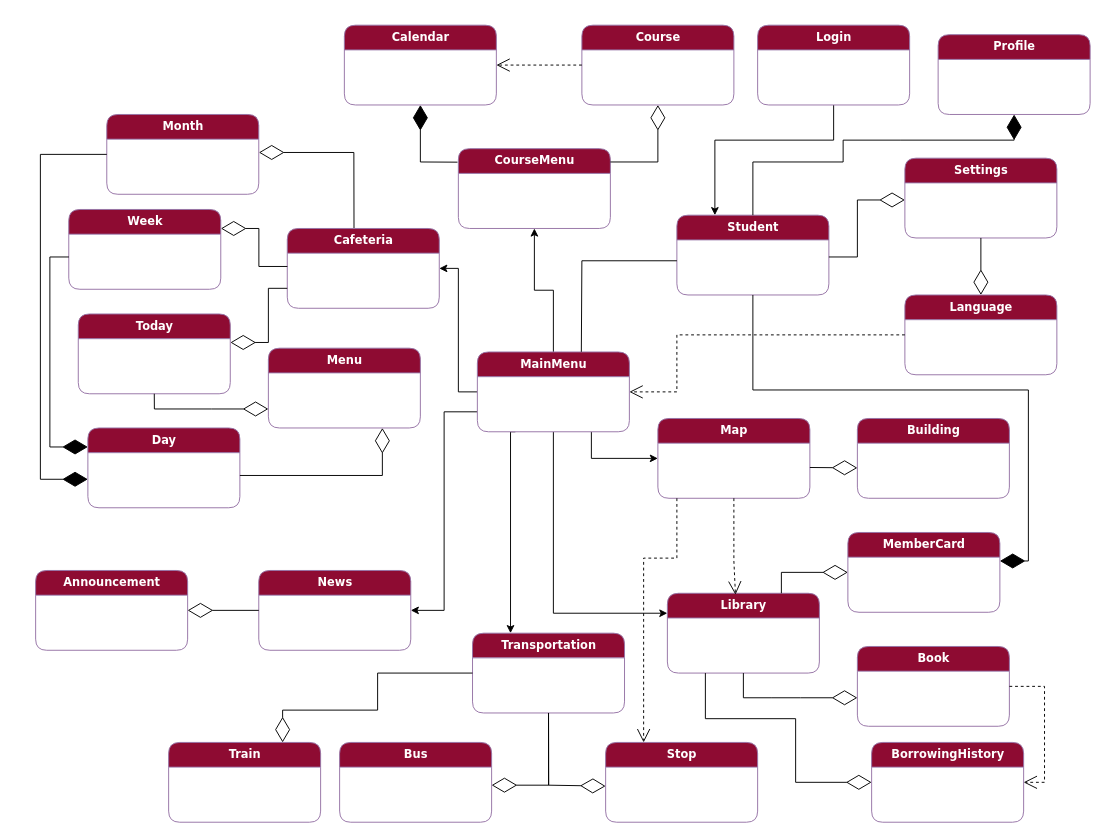
Earlier version of the draw.io diagram docs/Contributions/Vaggelis/Phase 1/Charts/Untitled Diagram.drawio (Ibournakas/PaPapp). Source tidied: cells renumbered, new cells numbered last; positions are measured from the earlier drawing's top-left corner, leaving out a move shared by most shapes. Both pictures are drawn from the tidied source at 95%, with x=0, y=0 at pixel (35, 25).
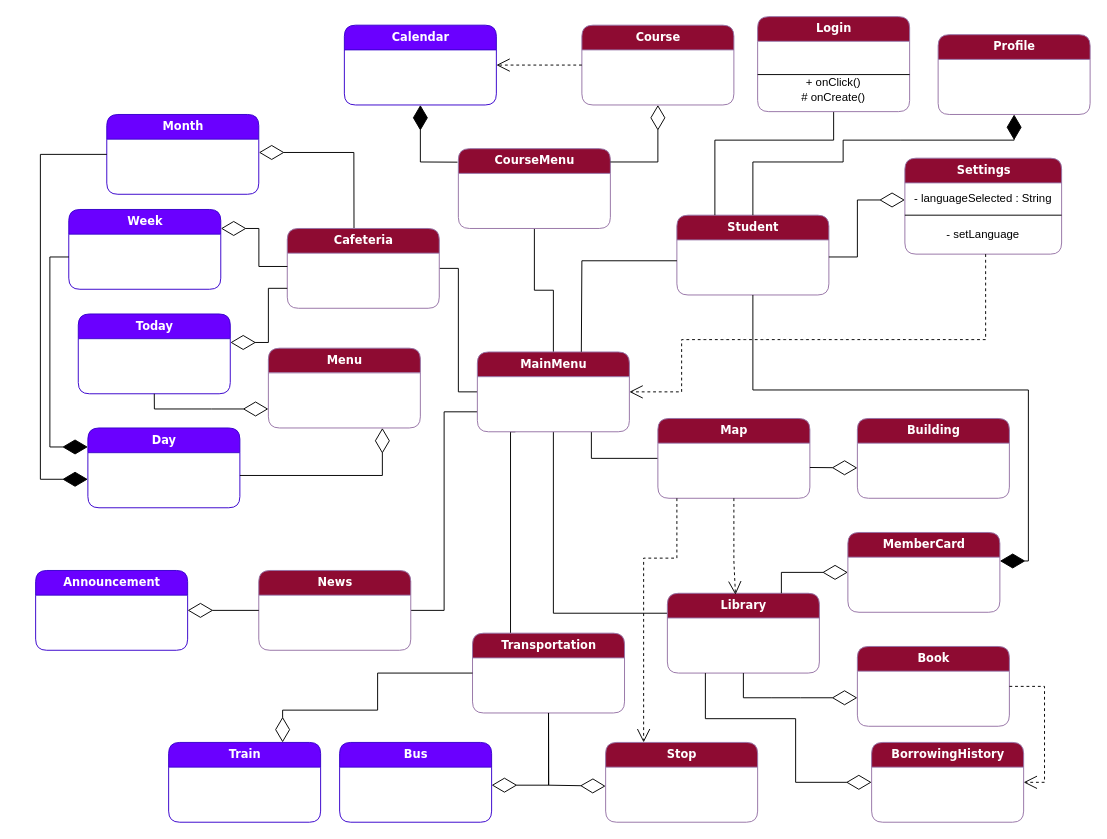
The same page after the edit.

The change refers to these unchanged cells:
```xml
<mxCell id="2" value="&lt;font color=&quot;#ffffff&quot;&gt;&lt;b&gt;Student&lt;/b&gt;&lt;/font&gt;" style="swimlane;html=1;fontStyle=0;horizontal=1;startSize=26;fillColor=#8e0b32;swimlaneFillColor=#ffffff;align=center;rounded=1;shadow=0;comic=0;labelBackgroundColor=none;strokeWidth=1;fontFamily=Verdana;fontSize=12;strokeColor=#9673a6;" parent="1" vertex="1">
  <mxGeometry x="675" y="200" width="160" height="84" as="geometry" />
</mxCell>
<mxCell id="10" value="&lt;font color=&quot;#ffffff&quot;&gt;&lt;b&gt;MainMenu&lt;br&gt;&lt;/b&gt;&lt;/font&gt;" style="swimlane;html=1;fontStyle=0;horizontal=1;startSize=26;fillColor=#8e0b32;swimlaneFillColor=#ffffff;align=center;rounded=1;shadow=0;comic=0;labelBackgroundColor=none;strokeWidth=1;fontFamily=Verdana;fontSize=12;strokeColor=#9673a6;" parent="1" vertex="1">
  <mxGeometry x="465" y="344" width="160" height="84" as="geometry" />
</mxCell>
<mxCell id="12" value="&lt;font color=&quot;#ffffff&quot;&gt;&lt;b&gt;Cafeteria&lt;/b&gt;&lt;/font&gt;" style="swimlane;html=1;fontStyle=0;horizontal=1;startSize=26;fillColor=#8e0b32;swimlaneFillColor=#ffffff;align=center;rounded=1;shadow=0;comic=0;labelBackgroundColor=none;strokeWidth=1;fontFamily=Verdana;fontSize=12;strokeColor=#9673a6;" parent="1" vertex="1">
  <mxGeometry x="264.9" y="214" width="160" height="84" as="geometry" />
</mxCell>
<mxCell id="13" value="&lt;font color=&quot;#ffffff&quot;&gt;&lt;b&gt;Transportation&lt;/b&gt;&lt;/font&gt;" style="swimlane;html=1;fontStyle=0;horizontal=1;startSize=26;fillColor=#8e0b32;swimlaneFillColor=#ffffff;align=center;rounded=1;shadow=0;comic=0;labelBackgroundColor=none;strokeWidth=1;fontFamily=Verdana;fontSize=12;strokeColor=#9673a6;" parent="1" vertex="1">
  <mxGeometry x="459.9" y="640" width="160" height="84" as="geometry" />
</mxCell>
<mxCell id="14" value="&lt;font color=&quot;#ffffff&quot;&gt;&lt;b&gt;Library&lt;/b&gt;&lt;/font&gt;" style="swimlane;html=1;fontStyle=0;horizontal=1;startSize=26;fillColor=#8e0b32;swimlaneFillColor=#ffffff;align=center;rounded=1;shadow=0;comic=0;labelBackgroundColor=none;strokeWidth=1;fontFamily=Verdana;fontSize=12;strokeColor=#9673a6;" parent="1" vertex="1">
  <mxGeometry x="665" y="598" width="160" height="84" as="geometry" />
</mxCell>
<mxCell id="15" value="&lt;font color=&quot;#ffffff&quot;&gt;&lt;b&gt;Map&lt;/b&gt;&lt;/font&gt;" style="swimlane;html=1;fontStyle=0;horizontal=1;startSize=26;fillColor=#8e0b32;swimlaneFillColor=#ffffff;align=center;rounded=1;shadow=0;comic=0;labelBackgroundColor=none;strokeWidth=1;fontFamily=Verdana;fontSize=12;strokeColor=#9673a6;" parent="1" vertex="1">
  <mxGeometry x="655" y="414" width="160" height="84" as="geometry" />
</mxCell>
<mxCell id="16" value="&lt;font color=&quot;#ffffff&quot;&gt;&lt;b&gt;CourseMenu&lt;/b&gt;&lt;/font&gt;" style="swimlane;html=1;fontStyle=0;horizontal=1;startSize=26;fillColor=#8e0b32;swimlaneFillColor=#ffffff;align=center;rounded=1;shadow=0;comic=0;labelBackgroundColor=none;strokeWidth=1;fontFamily=Verdana;fontSize=12;strokeColor=#9673a6;" parent="1" vertex="1">
  <mxGeometry x="445" y="130" width="160" height="84" as="geometry" />
</mxCell>
<mxCell id="17" value="&lt;font color=&quot;#ffffff&quot;&gt;&lt;b&gt;News&lt;/b&gt;&lt;/font&gt;" style="swimlane;html=1;fontStyle=0;horizontal=1;startSize=26;fillColor=#8e0b32;swimlaneFillColor=#ffffff;align=center;rounded=1;shadow=0;comic=0;labelBackgroundColor=none;strokeWidth=1;fontFamily=Verdana;fontSize=12;strokeColor=#9673a6;" parent="1" vertex="1">
  <mxGeometry x="234.9" y="574" width="160" height="84" as="geometry" />
</mxCell>
```

The edit, as a diff of the source:
```diff
@@
     <mxCell id="3" value="&lt;font color=&quot;#ffffff&quot;&gt;&lt;b&gt;Settings&lt;/b&gt;&lt;/font&gt;" style="swimlane;html=1;fontStyle=0;horizontal=1;startSize=26;fillColor=#8e0b32;swimlaneFillColor=#ffffff;align=center;rounded=1;shadow=0;comic=0;labelBackgroundColor=none;strokeWidth=1;fontFamily=Verdana;fontSize=12;strokeColor=#9673a6;" parent="1" vertex="1">
-      <mxGeometry x="915" y="140" width="160" height="84" as="geometry" />
+      <mxGeometry x="915" y="140" width="165" height="101" as="geometry" />
     </mxCell>
+    <mxCell id="63" value="- languageSelected : String" style="text;html=1;strokeColor=none;fillColor=none;align=center;verticalAlign=middle;whiteSpace=wrap;rounded=0;" parent="3" vertex="1">
+      <mxGeometry y="26" width="165" height="34" as="geometry" />
+    </mxCell>
+    <mxCell id="64" value="- setLanguage" style="text;html=1;strokeColor=none;fillColor=none;align=center;verticalAlign=middle;whiteSpace=wrap;rounded=0;" parent="3" vertex="1">
+      <mxGeometry y="60" width="165" height="40" as="geometry" />
+    </mxCell>
+    <mxCell id="65" style="endArrow=none;html=1;rounded=0;exitX=0;exitY=0;exitDx=0;exitDy=0;entryX=1;entryY=0;entryDx=0;entryDy=0;" parent="3" edge="1" source="64" target="64">
+      <mxGeometry relative="1" as="geometry" />
+    </mxCell>
-    <mxCell id="4" style="edgeStyle=orthogonalEdgeStyle;rounded=0;jettySize=auto;html=1;exitX=0;exitY=0.5;exitDx=0;exitDy=0;entryX=1;entryY=0.5;entryDx=0;entryDy=0;" parent="1" edge="1" source="10" target="12">
+    <mxCell id="4" style="edgeStyle=orthogonalEdgeStyle;rounded=0;jettySize=auto;html=1;exitX=0;exitY=0.5;exitDx=0;exitDy=0;entryX=1;entryY=0.5;entryDx=0;entryDy=0;endArrow=none;endFill=0;" parent="1" edge="1" source="10" target="12">
       <mxGeometry relative="1" as="geometry" />
     </mxCell>
-    <mxCell id="5" style="edgeStyle=orthogonalEdgeStyle;rounded=0;jettySize=auto;html=1;exitX=0;exitY=0.75;exitDx=0;exitDy=0;entryX=1;entryY=0.5;entryDx=0;entryDy=0;" parent="1" edge="1" source="10" target="17">
+    <mxCell id="5" style="edgeStyle=orthogonalEdgeStyle;rounded=0;jettySize=auto;html=1;exitX=0;exitY=0.75;exitDx=0;exitDy=0;entryX=1;entryY=0.5;entryDx=0;entryDy=0;endArrow=none;endFill=0;" parent="1" edge="1" source="10" target="17">
       <mxGeometry relative="1" as="geometry" />
     </mxCell>
-    <mxCell id="6" style="edgeStyle=orthogonalEdgeStyle;rounded=0;jettySize=auto;html=1;exitX=0.75;exitY=1;exitDx=0;exitDy=0;entryX=0;entryY=0.5;entryDx=0;entryDy=0;" parent="1" edge="1" source="10" target="15">
+    <mxCell id="6" style="edgeStyle=orthogonalEdgeStyle;rounded=0;jettySize=auto;html=1;exitX=0.75;exitY=1;exitDx=0;exitDy=0;entryX=0;entryY=0.5;entryDx=0;entryDy=0;endArrow=none;endFill=0;" parent="1" edge="1" source="10" target="15">
       <mxGeometry relative="1" as="geometry" />
     </mxCell>
-    <mxCell id="7" style="edgeStyle=orthogonalEdgeStyle;rounded=0;jettySize=auto;html=1;exitX=0.25;exitY=1;exitDx=0;exitDy=0;entryX=0.25;entryY=0;entryDx=0;entryDy=0;" parent="1" edge="1" source="10" target="13">
+    <mxCell id="7" style="edgeStyle=orthogonalEdgeStyle;rounded=0;jettySize=auto;html=1;exitX=0.25;exitY=1;exitDx=0;exitDy=0;entryX=0.25;entryY=0;entryDx=0;entryDy=0;endArrow=none;endFill=0;" parent="1" edge="1" source="10" target="13">
       <mxGeometry relative="1" as="geometry">
         <Array as="points">
           <mxPoint x="500" y="428" />
         </Array>
       </mxGeometry>
     </mxCell>
-    <mxCell id="8" style="edgeStyle=orthogonalEdgeStyle;rounded=0;jettySize=auto;html=1;exitX=0.5;exitY=0;exitDx=0;exitDy=0;entryX=0.5;entryY=1;entryDx=0;entryDy=0;" parent="1" edge="1" source="10" target="16">
+    <mxCell id="8" style="edgeStyle=orthogonalEdgeStyle;rounded=0;jettySize=auto;html=1;exitX=0.5;exitY=0;exitDx=0;exitDy=0;entryX=0.5;entryY=1;entryDx=0;entryDy=0;endArrow=none;endFill=0;" parent="1" edge="1" source="10" target="16">
       <mxGeometry relative="1" as="geometry" />
     </mxCell>
-    <mxCell id="9" style="edgeStyle=orthogonalEdgeStyle;rounded=0;jettySize=auto;html=1;exitX=0.5;exitY=1;exitDx=0;exitDy=0;entryX=0;entryY=0.25;entryDx=0;entryDy=0;" parent="1" edge="1" source="10" target="14">
+    <mxCell id="9" style="edgeStyle=orthogonalEdgeStyle;rounded=0;jettySize=auto;html=1;exitX=0.5;exitY=1;exitDx=0;exitDy=0;entryX=0;entryY=0.25;entryDx=0;entryDy=0;endArrow=none;endFill=0;" parent="1" edge="1" source="10" target="14">
       <mxGeometry relative="1" as="geometry" />
     </mxCell>
@@
-    <mxCell id="18" value="&lt;font color=&quot;#ffffff&quot;&gt;&lt;b&gt;Announcement&lt;/b&gt;&lt;/font&gt;" style="swimlane;html=1;fontStyle=0;horizontal=1;startSize=26;fillColor=#8e0b32;swimlaneFillColor=#ffffff;align=center;rounded=1;shadow=0;comic=0;labelBackgroundColor=none;strokeWidth=1;fontFamily=Verdana;fontSize=12;strokeColor=#9673a6;" parent="1" vertex="1">
+    <mxCell id="18" value="&lt;font color=&quot;#ffffff&quot;&gt;&lt;b&gt;Announcement&lt;/b&gt;&lt;/font&gt;" style="swimlane;html=1;fontStyle=0;horizontal=1;startSize=26;fillColor=#6a00ff;swimlaneFillColor=#ffffff;align=center;rounded=1;shadow=0;comic=0;labelBackgroundColor=none;strokeWidth=1;fontFamily=Verdana;fontSize=12;strokeColor=#3700CC;fontColor=#ffffff;" parent="1" vertex="1">
       <mxGeometry y="574" width="160" height="84" as="geometry" />
     </mxCell>
@@
-    <mxCell id="20" value="&lt;font color=&quot;#ffffff&quot;&gt;&lt;b&gt;Calendar&lt;/b&gt;&lt;/font&gt;" style="swimlane;html=1;fontStyle=0;horizontal=1;startSize=26;fillColor=#8e0b32;swimlaneFillColor=#ffffff;align=center;rounded=1;shadow=0;comic=0;labelBackgroundColor=none;strokeWidth=1;fontFamily=Verdana;fontSize=12;strokeColor=#9673a6;" parent="1" vertex="1">
+    <mxCell id="20" value="&lt;font color=&quot;#ffffff&quot;&gt;&lt;b&gt;Calendar&lt;/b&gt;&lt;/font&gt;" style="swimlane;html=1;fontStyle=0;horizontal=1;startSize=26;fillColor=#6a00ff;swimlaneFillColor=#ffffff;align=center;rounded=1;shadow=0;comic=0;labelBackgroundColor=none;strokeWidth=1;fontFamily=Verdana;fontSize=12;strokeColor=#3700CC;fontColor=#ffffff;" parent="1" vertex="1">
       <mxGeometry x="325" width="160" height="84" as="geometry" />
     </mxCell>
-    <mxCell id="21" value="&lt;font color=&quot;#ffffff&quot;&gt;&lt;b&gt;Bus&lt;/b&gt;&lt;/font&gt;" style="swimlane;html=1;fontStyle=0;horizontal=1;startSize=26;fillColor=#8e0b32;swimlaneFillColor=#ffffff;align=center;rounded=1;shadow=0;comic=0;labelBackgroundColor=none;strokeWidth=1;fontFamily=Verdana;fontSize=12;strokeColor=#9673a6;" parent="1" vertex="1">
+    <mxCell id="21" value="&lt;font color=&quot;#ffffff&quot;&gt;&lt;b&gt;Bus&lt;/b&gt;&lt;/font&gt;" style="swimlane;html=1;fontStyle=0;horizontal=1;startSize=26;fillColor=#6a00ff;swimlaneFillColor=#ffffff;align=center;rounded=1;shadow=0;comic=0;labelBackgroundColor=none;strokeWidth=1;fontFamily=Verdana;fontSize=12;strokeColor=#3700CC;fontColor=#ffffff;" parent="1" vertex="1">
       <mxGeometry x="320" y="755" width="160" height="84" as="geometry" />
     </mxCell>
-    <mxCell id="22" value="&lt;font color=&quot;#ffffff&quot;&gt;&lt;b&gt;Train&lt;/b&gt;&lt;/font&gt;" style="swimlane;html=1;fontStyle=0;horizontal=1;startSize=26;fillColor=#8e0b32;swimlaneFillColor=#ffffff;align=center;rounded=1;shadow=0;comic=0;labelBackgroundColor=none;strokeWidth=1;fontFamily=Verdana;fontSize=12;strokeColor=#9673a6;" parent="1" vertex="1">
+    <mxCell id="22" value="&lt;font color=&quot;#ffffff&quot;&gt;&lt;b&gt;Train&lt;/b&gt;&lt;/font&gt;" style="swimlane;html=1;fontStyle=0;horizontal=1;startSize=26;fillColor=#6a00ff;swimlaneFillColor=#ffffff;align=center;rounded=1;shadow=0;comic=0;labelBackgroundColor=none;strokeWidth=1;fontFamily=Verdana;fontSize=12;strokeColor=#3700CC;fontColor=#ffffff;" parent="1" vertex="1">
       <mxGeometry x="140" y="755" width="160" height="84" as="geometry" />
     </mxCell>
@@
-    <mxCell id="27" value="&lt;font color=&quot;#ffffff&quot;&gt;&lt;b&gt;Today&lt;/b&gt;&lt;/font&gt;" style="swimlane;html=1;fontStyle=0;horizontal=1;startSize=26;fillColor=#8e0b32;swimlaneFillColor=#ffffff;align=center;rounded=1;shadow=0;comic=0;labelBackgroundColor=none;strokeWidth=1;fontFamily=Verdana;fontSize=12;strokeColor=#9673a6;" parent="1" vertex="1">
+    <mxCell id="27" value="&lt;font color=&quot;#ffffff&quot;&gt;&lt;b&gt;Today&lt;/b&gt;&lt;/font&gt;" style="swimlane;html=1;fontStyle=0;horizontal=1;startSize=26;fillColor=#6a00ff;swimlaneFillColor=#ffffff;align=center;rounded=1;shadow=0;comic=0;labelBackgroundColor=none;strokeWidth=1;fontFamily=Verdana;fontSize=12;strokeColor=#3700CC;fontColor=#ffffff;" parent="1" vertex="1">
       <mxGeometry x="44.9" y="304" width="160" height="84" as="geometry" />
     </mxCell>
-    <mxCell id="28" value="&lt;font color=&quot;#ffffff&quot;&gt;&lt;b&gt;Week&lt;/b&gt;&lt;/font&gt;" style="swimlane;html=1;fontStyle=0;horizontal=1;startSize=26;fillColor=#8e0b32;swimlaneFillColor=#ffffff;align=center;rounded=1;shadow=0;comic=0;labelBackgroundColor=none;strokeWidth=1;fontFamily=Verdana;fontSize=12;strokeColor=#9673a6;" parent="1" vertex="1">
+    <mxCell id="28" value="&lt;font color=&quot;#ffffff&quot;&gt;&lt;b&gt;Week&lt;/b&gt;&lt;/font&gt;" style="swimlane;html=1;fontStyle=0;horizontal=1;startSize=26;fillColor=#6a00ff;swimlaneFillColor=#ffffff;align=center;rounded=1;shadow=0;comic=0;labelBackgroundColor=none;strokeWidth=1;fontFamily=Verdana;fontSize=12;strokeColor=#3700CC;fontColor=#ffffff;" parent="1" vertex="1">
       <mxGeometry x="34.9" y="194" width="160" height="84" as="geometry" />
     </mxCell>
-    <mxCell id="29" value="&lt;font color=&quot;#ffffff&quot;&gt;&lt;b&gt;Month&lt;/b&gt;&lt;/font&gt;" style="swimlane;html=1;fontStyle=0;horizontal=1;startSize=26;fillColor=#8e0b32;swimlaneFillColor=#ffffff;align=center;rounded=1;shadow=0;comic=0;labelBackgroundColor=none;strokeWidth=1;fontFamily=Verdana;fontSize=12;strokeColor=#9673a6;" parent="1" vertex="1">
+    <mxCell id="29" value="&lt;font color=&quot;#ffffff&quot;&gt;&lt;b&gt;Month&lt;/b&gt;&lt;/font&gt;" style="swimlane;html=1;fontStyle=0;horizontal=1;startSize=26;fillColor=#6a00ff;swimlaneFillColor=#ffffff;align=center;rounded=1;shadow=0;comic=0;labelBackgroundColor=none;strokeWidth=1;fontFamily=Verdana;fontSize=12;strokeColor=#3700CC;fontColor=#ffffff;" parent="1" vertex="1">
       <mxGeometry x="74.9" y="94" width="160" height="84" as="geometry" />
     </mxCell>
@@
-    <mxCell id="31" value="&lt;font color=&quot;#ffffff&quot;&gt;&lt;b&gt;Language&lt;/b&gt;&lt;/font&gt;" style="swimlane;html=1;fontStyle=0;horizontal=1;startSize=26;fillColor=#8e0b32;swimlaneFillColor=#ffffff;align=center;rounded=1;shadow=0;comic=0;labelBackgroundColor=none;strokeWidth=1;fontFamily=Verdana;fontSize=12;strokeColor=#9673a6;" parent="1" vertex="1">
-      <mxGeometry x="915" y="284" width="160" height="84" as="geometry" />
-    </mxCell>
@@
-    <mxCell id="39" value="&lt;font color=&quot;#ffffff&quot;&gt;&lt;b&gt;Day&lt;/b&gt;&lt;/font&gt;" style="swimlane;html=1;fontStyle=0;horizontal=1;startSize=26;fillColor=#8e0b32;swimlaneFillColor=#ffffff;align=center;rounded=1;shadow=0;comic=0;labelBackgroundColor=none;strokeWidth=1;fontFamily=Verdana;fontSize=12;strokeColor=#9673a6;" parent="1" vertex="1">
+    <mxCell id="39" value="&lt;font color=&quot;#ffffff&quot;&gt;&lt;b&gt;Day&lt;/b&gt;&lt;/font&gt;" style="swimlane;html=1;fontStyle=0;horizontal=1;startSize=26;fillColor=#6a00ff;swimlaneFillColor=#ffffff;align=center;rounded=1;shadow=0;comic=0;labelBackgroundColor=none;strokeWidth=1;fontFamily=Verdana;fontSize=12;strokeColor=#3700CC;fontColor=#ffffff;" parent="1" vertex="1">
       <mxGeometry x="55" y="424" width="160" height="84" as="geometry" />
     </mxCell>
@@
-    <mxCell id="52" style="endArrow=open;endSize=12;dashed=1;html=1;rounded=0;exitX=0;exitY=0.5;exitDx=0;exitDy=0;entryX=1;entryY=0.5;entryDx=0;entryDy=0;" parent="1" edge="1" source="31" target="10">
+    <mxCell id="52" style="endArrow=open;endSize=12;dashed=1;html=1;rounded=0;entryX=1;entryY=0.5;entryDx=0;entryDy=0;" parent="1" edge="1" target="10">
       <mxGeometry relative="1" as="geometry">
+        <mxPoint x="1000" y="241" as="sourcePoint" />
         <Array as="points">
-          <mxPoint x="675" y="326" />
-          <mxPoint x="675" y="386" />
+          <mxPoint x="1000" y="331" />
+          <mxPoint x="680" y="331" />
+          <mxPoint x="680" y="386" />
         </Array>
       </mxGeometry>
     </mxCell>
@@
-    <mxCell id="55" style="endArrow=diamondThin;endFill=0;endSize=24;html=1;rounded=0;entryX=0.5;entryY=0;entryDx=0;entryDy=0;exitX=0.5;exitY=1;exitDx=0;exitDy=0;" parent="1" edge="1" source="3" target="31">
-      <mxGeometry relative="1" as="geometry" />
-    </mxCell>
@@
-    <mxCell id="61" style="edgeStyle=orthogonalEdgeStyle;rounded=0;jettySize=auto;html=1;exitX=0.5;exitY=1;exitDx=0;exitDy=0;entryX=0.25;entryY=0;entryDx=0;entryDy=0;" parent="1" edge="1" source="62" target="2">
+    <mxCell id="61" style="edgeStyle=orthogonalEdgeStyle;rounded=0;jettySize=auto;html=1;exitX=0.5;exitY=1;exitDx=0;exitDy=0;entryX=0.25;entryY=0;entryDx=0;entryDy=0;endArrow=none;endFill=0;" parent="1" edge="1" source="62" target="2">
       <mxGeometry relative="1" as="geometry">
         <Array as="points">
           <mxPoint x="840" y="121" />
           <mxPoint x="715" y="121" />
         </Array>
       </mxGeometry>
     </mxCell>
     <mxCell id="62" value="&lt;font color=&quot;#ffffff&quot;&gt;&lt;b&gt;Login&lt;/b&gt;&lt;/font&gt;" style="swimlane;html=1;fontStyle=0;horizontal=1;startSize=26;fillColor=#8e0b32;swimlaneFillColor=#ffffff;align=center;rounded=1;shadow=0;comic=0;labelBackgroundColor=none;strokeWidth=1;fontFamily=Verdana;fontSize=12;strokeColor=#9673a6;" parent="1" vertex="1">
-      <mxGeometry x="760" width="160" height="84" as="geometry" />
+      <mxGeometry x="760" y="-9" width="160" height="100" as="geometry" />
     </mxCell>
+    <mxCell id="66" style="shape=table;startSize=0;childLayout=tableLayout;rowLines=0;fontStyle=0;align=center;strokeColor=none;fillColor=none;whiteSpace=wrap;html=1;" parent="62" vertex="1">
+      <mxGeometry y="26" width="160" height="30" as="geometry" />
+    </mxCell>
+    <mxCell id="67" style="shape=tableRow;horizontal=0;startSize=0;swimlaneHead=0;swimlaneBody=0;fillColor=none;top=0;left=0;right=0;bottom=0;" parent="66" vertex="1">
+      <mxGeometry width="160" height="30" as="geometry" />
+    </mxCell>
+    <mxCell id="68" style="shape=partialRectangle;fillColor=none;top=0;left=0;bottom=0;right=0;overflow=hidden;" parent="67" vertex="1">
+      <mxGeometry width="30" height="30" as="geometry" />
+    </mxCell>
+    <mxCell id="69" style="shape=partialRectangle;fillColor=none;top=0;left=0;bottom=0;right=0;align=left;spacingLeft=6;overflow=hidden;" parent="67" vertex="1">
+      <mxGeometry x="30" width="130" height="30" as="geometry" />
+    </mxCell>
+    <mxCell id="70" style="line;strokeWidth=1;dashed=0;labelPosition=right;align=left;verticalAlign=middle;spacingTop=0;spacingLeft=6;" parent="62" vertex="1">
+      <mxGeometry y="56" width="160" height="10" as="geometry" />
+    </mxCell>
+    <mxCell id="71" value="+ onClick()&lt;br style=&quot;border-color: var(--border-color);&quot;&gt;# onCreate()" style="text;html=1;strokeColor=none;fillColor=none;align=center;verticalAlign=middle;whiteSpace=wrap;rounded=0;" parent="62" vertex="1">
+      <mxGeometry y="66" width="160" height="21" as="geometry" />
+    </mxCell>
```
